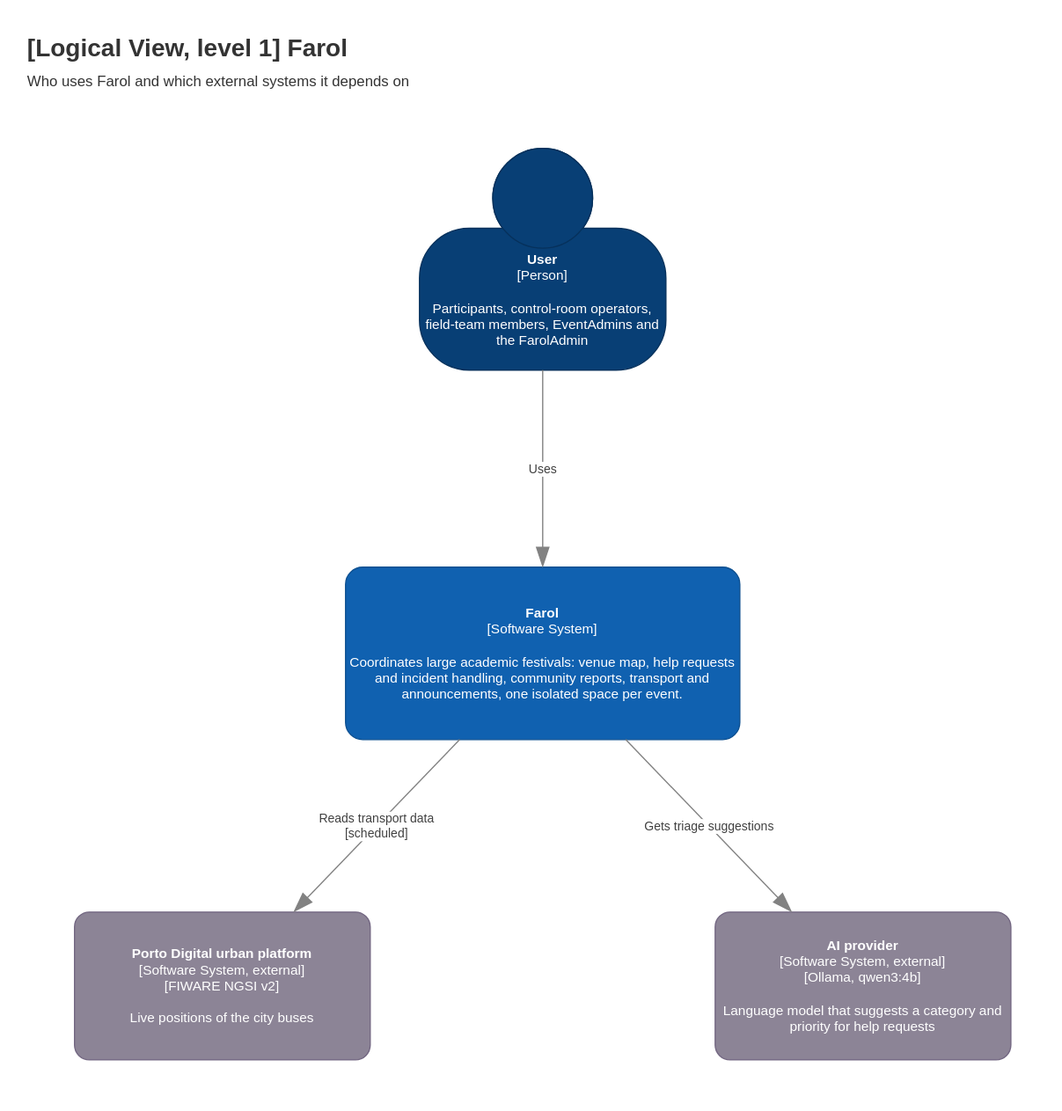
The draw.io diagram Docs/Technical/diagrams/logical-view-level-1.drawio.svg in tomasoliveira21/LABDSOF, before a commit. Source tidied: cells renumbered, new cells last; positions are measured from the earlier drawing's top-left corner, leaving out a move shared by most shapes.
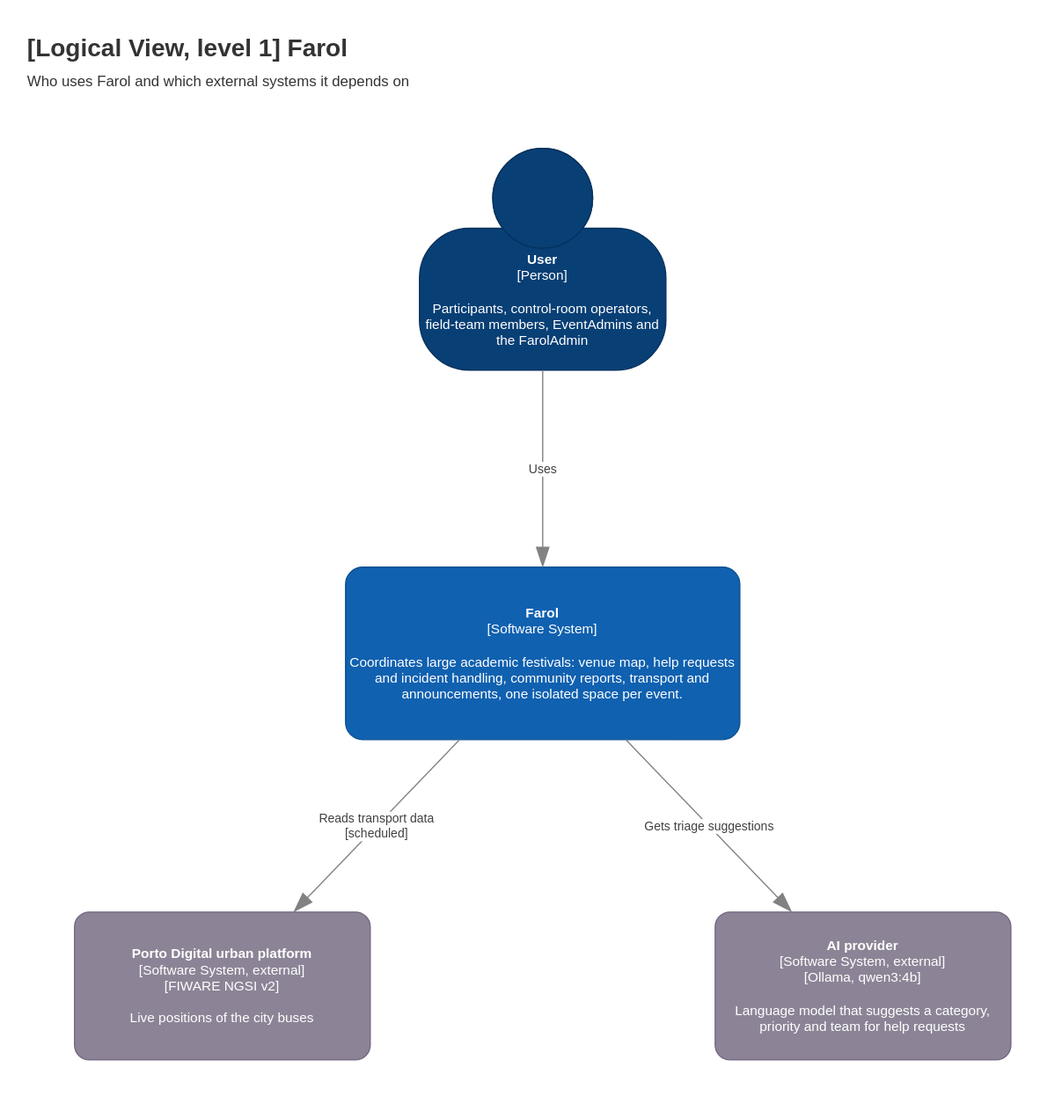
After the change.

The edit, as a diff of the source:
```diff
@@ -14,7 +14,7 @@
     <mxCell id="5" value="&lt;b&gt;Porto Digital urban platform&lt;/b&gt;&lt;div&gt;[Software System, external]&lt;/div&gt;&lt;div&gt;[FIWARE NGSI v2]&lt;/div&gt;&lt;br&gt;&lt;div&gt;Live positions of the city buses&lt;/div&gt;" style="rounded=1;whiteSpace=wrap;html=1;labelBackgroundColor=none;fillColor=#8C8496;fontColor=#ffffff;align=center;arcSize=10;strokeColor=#736782;fontSize=11;" parent="1" vertex="1">
       <mxGeometry x="40" y="720" width="240" height="120" as="geometry" />
     </mxCell>
-    <mxCell id="6" value="&lt;b&gt;AI provider&lt;/b&gt;&lt;div&gt;[Software System, external]&lt;/div&gt;&lt;div&gt;[Ollama, qwen3:4b]&lt;/div&gt;&lt;br&gt;&lt;div&gt;Language model that suggests a category and priority for help requests&lt;/div&gt;" style="rounded=1;whiteSpace=wrap;html=1;labelBackgroundColor=none;fillColor=#8C8496;fontColor=#ffffff;align=center;arcSize=10;strokeColor=#736782;fontSize=11;" parent="1" vertex="1">
+    <mxCell id="6" value="&lt;b&gt;AI provider&lt;/b&gt;&lt;div&gt;[Software System, external]&lt;/div&gt;&lt;div&gt;[Ollama, qwen3:4b]&lt;/div&gt;&lt;br&gt;&lt;div&gt;Language model that suggests a category, priority and team for help requests&lt;/div&gt;" style="rounded=1;whiteSpace=wrap;html=1;labelBackgroundColor=none;fillColor=#8C8496;fontColor=#ffffff;align=center;arcSize=10;strokeColor=#736782;fontSize=11;" parent="1" vertex="1">
       <mxGeometry x="560" y="720" width="240" height="120" as="geometry" />
     </mxCell>
     <mxCell id="7" value="Uses" style="endArrow=blockThin;html=1;fontSize=10;fontColor=#404040;endFill=1;strokeColor=#828282;endSize=14;rounded=0;labelBackgroundColor=#ffffff;" parent="1" edge="1" source="3" target="4">
```
